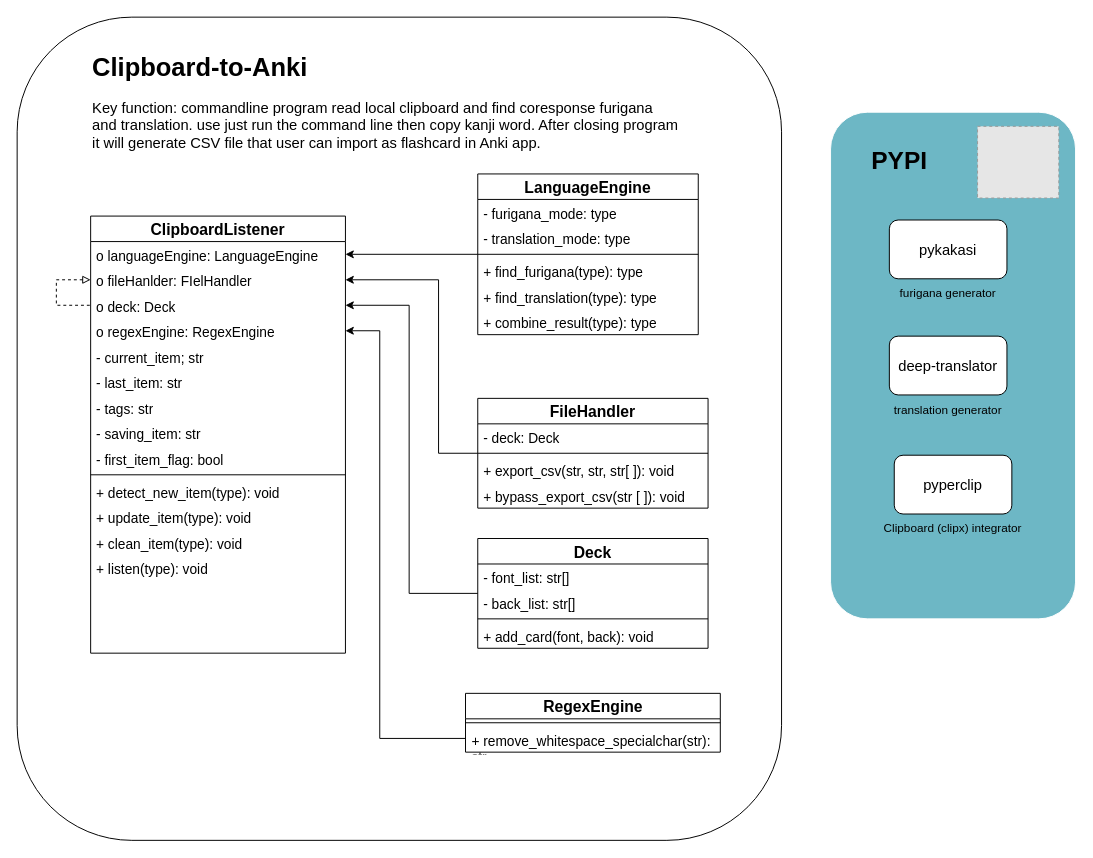
The draw.io diagram class_diagram.drawio in Thee5176/Clipboard_To_Anki, before the edit. Source tidied: cells renumbered, new cells numbered last; positions are measured from the earlier drawing's top-left corner, leaving out a move shared by most shapes. Both pictures are drawn from the tidied source at 98%, with x=0, y=0 at pixel (17, 17). Pictures stored in the file or linked from it are replaced by grey dashed boxes.
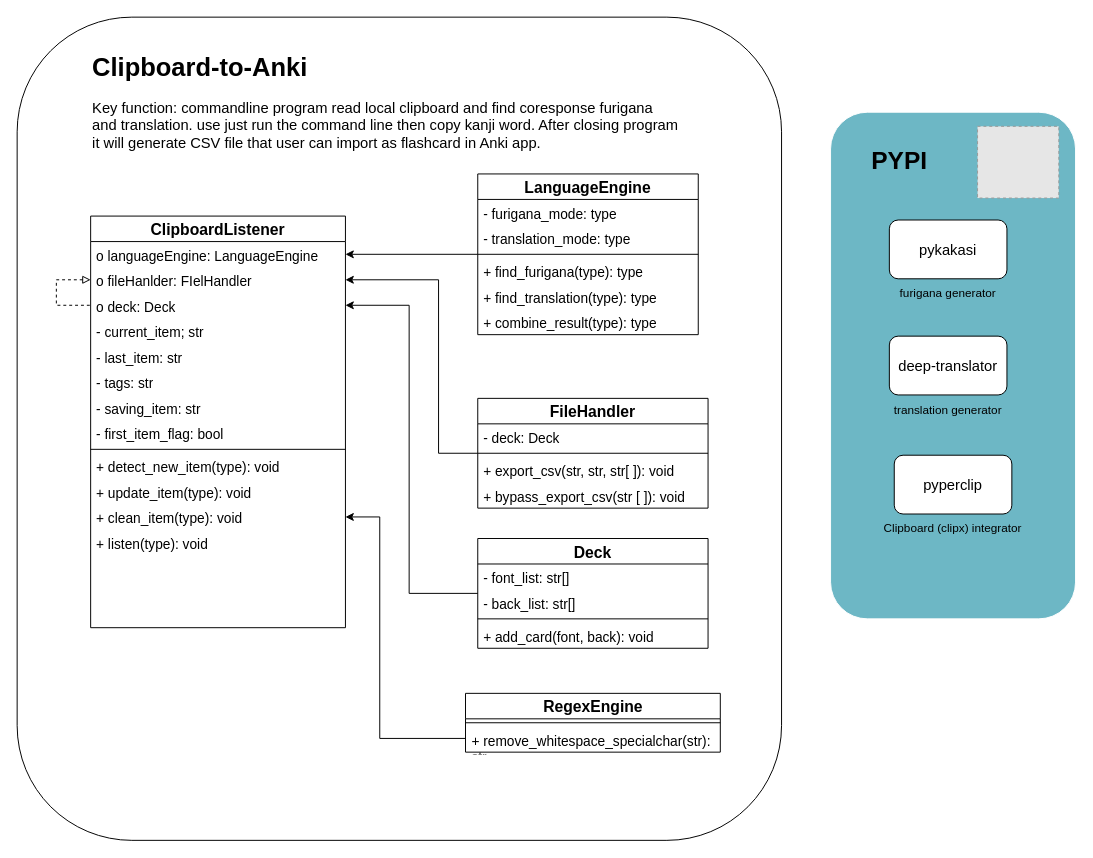
The same diagram, later.

Unchanged cells that the change refers to:
```xml
<mxCell id="50" value="RegexEngine" style="swimlane;fontStyle=1;align=center;verticalAlign=top;horizontal=1;startSize=26;whiteSpace=wrap;html=1;fontSize=16;spacing=0;" parent="1" vertex="1">
  <mxGeometry x="457.5" y="690" width="260" height="60" as="geometry" />
</mxCell>
```

What changed in the source:
```diff
@@
     <mxCell id="17" value="ClipboardListener" style="swimlane;fontStyle=1;align=center;verticalAlign=top;horizontal=1;startSize=26;whiteSpace=wrap;html=1;fontSize=16;spacing=0;" parent="1" vertex="1">
-      <mxGeometry x="75" y="203" width="260" height="446" as="geometry" />
+      <mxGeometry x="75" y="203" width="260" height="420" as="geometry" />
     </mxCell>
@@
-    <mxCell id="22" value="o regexEngine: RegexEngine" style="text;strokeColor=none;fillColor=none;align=left;verticalAlign=top;spacingLeft=4;spacingRight=4;overflow=hidden;points=[[0,0.5],[1,0.5]];portConstraint=eastwest;whiteSpace=wrap;html=1;fontSize=14;" parent="17" vertex="1">
-      <mxGeometry y="104" width="260" height="26" as="geometry" />
-    </mxCell>
     <mxCell id="23" value="- current_item; str" style="text;strokeColor=none;fillColor=none;align=left;verticalAlign=top;spacingLeft=4;spacingRight=4;overflow=hidden;whiteSpace=wrap;html=1;fontSize=14;" parent="17" vertex="1">
-      <mxGeometry y="130" width="260" height="26" as="geometry" />
+      <mxGeometry y="104" width="260" height="26" as="geometry" />
     </mxCell>
     <mxCell id="24" value="- last_item: str" style="text;strokeColor=none;fillColor=none;align=left;verticalAlign=top;spacingLeft=4;spacingRight=4;overflow=hidden;whiteSpace=wrap;html=1;fontSize=14;" parent="17" vertex="1">
-      <mxGeometry y="156" width="260" height="26" as="geometry" />
+      <mxGeometry y="130" width="260" height="26" as="geometry" />
     </mxCell>
     <mxCell id="25" value="- tags: str" style="text;strokeColor=none;fillColor=none;align=left;verticalAlign=top;spacingLeft=4;spacingRight=4;overflow=hidden;whiteSpace=wrap;html=1;fontSize=14;" parent="17" vertex="1">
-      <mxGeometry y="182" width="260" height="26" as="geometry" />
+      <mxGeometry y="156" width="260" height="26" as="geometry" />
     </mxCell>
     <mxCell id="26" value="- saving_item: str" style="text;strokeColor=none;fillColor=none;align=left;verticalAlign=top;spacingLeft=4;spacingRight=4;overflow=hidden;whiteSpace=wrap;html=1;fontSize=14;" parent="17" vertex="1">
-      <mxGeometry y="208" width="260" height="26" as="geometry" />
+      <mxGeometry y="182" width="260" height="26" as="geometry" />
     </mxCell>
     <mxCell id="27" value="- first_item_flag: bool" style="text;strokeColor=none;fillColor=none;align=left;verticalAlign=top;spacingLeft=4;spacingRight=4;overflow=hidden;whiteSpace=wrap;html=1;fontSize=14;" parent="17" vertex="1">
-      <mxGeometry y="234" width="260" height="26" as="geometry" />
+      <mxGeometry y="208" width="260" height="26" as="geometry" />
     </mxCell>
     <mxCell id="28" style="line;strokeWidth=1;fillColor=none;align=left;verticalAlign=middle;spacingTop=-1;spacingLeft=3;spacingRight=3;labelPosition=right;strokeColor=inherit;" parent="17" vertex="1">
-      <mxGeometry y="260" width="260" height="8" as="geometry" />
+      <mxGeometry y="234" width="260" height="8" as="geometry" />
     </mxCell>
     <mxCell id="29" value="+ detect_new_item(type): void" style="text;strokeColor=none;fillColor=none;align=left;verticalAlign=top;spacingLeft=4;spacingRight=4;overflow=hidden;whiteSpace=wrap;html=1;fontSize=14;" parent="17" vertex="1">
-      <mxGeometry y="268" width="260" height="26" as="geometry" />
+      <mxGeometry y="242" width="260" height="26" as="geometry" />
     </mxCell>
     <mxCell id="30" value="+ update_item(type): void" style="text;strokeColor=none;fillColor=none;align=left;verticalAlign=top;spacingLeft=4;spacingRight=4;overflow=hidden;whiteSpace=wrap;html=1;fontSize=14;" parent="17" vertex="1">
-      <mxGeometry y="294" width="260" height="26" as="geometry" />
+      <mxGeometry y="268" width="260" height="26" as="geometry" />
     </mxCell>
     <mxCell id="31" value="+ clean_item(type): void" style="text;strokeColor=none;fillColor=none;align=left;verticalAlign=top;spacingLeft=4;spacingRight=4;overflow=hidden;points=[[0,0.5],[1,0.5]];portConstraint=eastwest;whiteSpace=wrap;html=1;fontSize=14;" parent="17" vertex="1">
-      <mxGeometry y="320" width="260" height="26" as="geometry" />
+      <mxGeometry y="294" width="260" height="26" as="geometry" />
     </mxCell>
     <mxCell id="32" value="+ listen(type): void" style="text;strokeColor=none;fillColor=none;align=left;verticalAlign=top;spacingLeft=4;spacingRight=4;overflow=hidden;whiteSpace=wrap;html=1;fontSize=14;" parent="17" vertex="1">
-      <mxGeometry y="346" width="260" height="100" as="geometry" />
+      <mxGeometry y="320" width="260" height="100" as="geometry" />
     </mxCell>
@@
-    <mxCell id="49" style="edgeStyle=orthogonalEdgeStyle;rounded=0;jettySize=auto;html=1;entryX=1;entryY=0.5;entryDx=0;entryDy=0;" parent="1" edge="1" source="50" target="22">
+    <mxCell id="49" style="edgeStyle=orthogonalEdgeStyle;rounded=0;jettySize=auto;html=1;entryX=1;entryY=0.5;entryDx=0;entryDy=0;" parent="1" edge="1" source="50" target="31">
       <mxGeometry relative="1" as="geometry">
         <Array as="points">
           <mxPoint x="370" y="736" />
-          <mxPoint x="370" y="320" />
+          <mxPoint x="370" y="510" />
         </Array>
       </mxGeometry>
     </mxCell>
```
